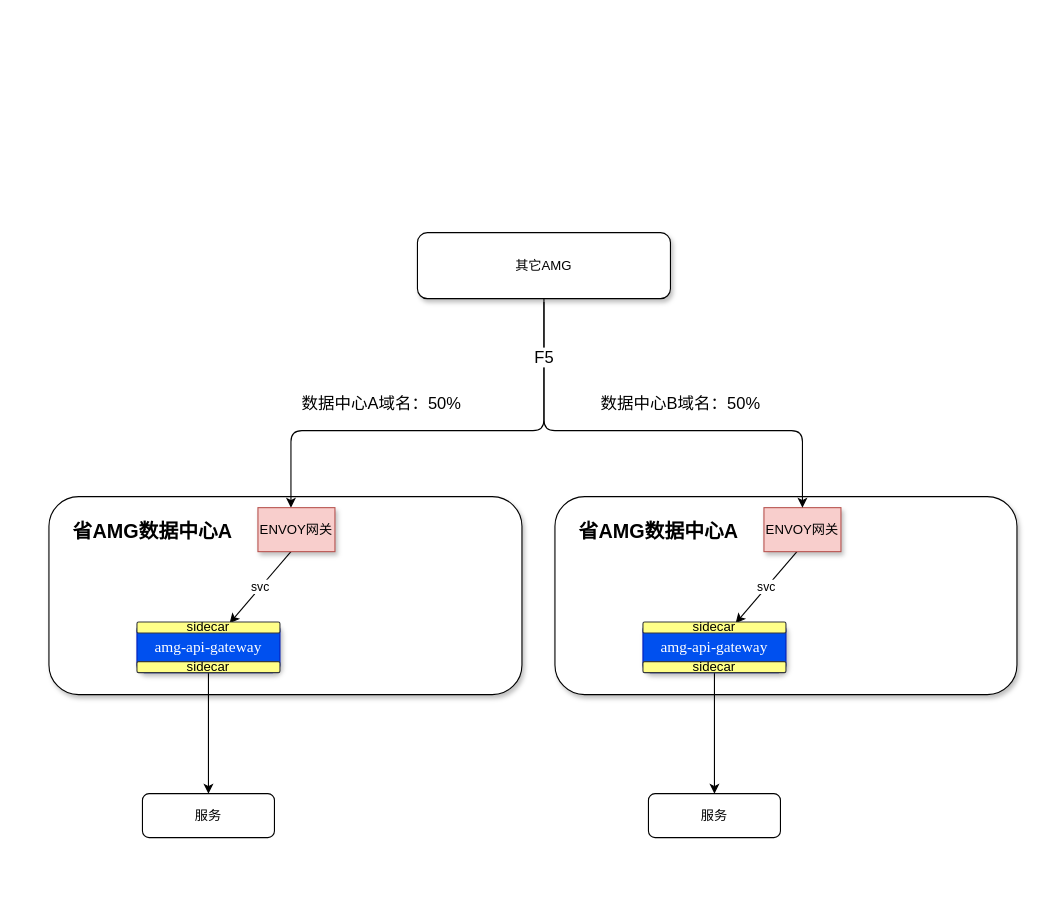
qymmdj/draw-io keeps this draw.io diagram as page "CMG-AMG交互流程" (5 of 9) of 智慧中台AMG.drawio. Above is the earlier version. Source tidied: cells renumbered, new cells numbered last; positions are measured from the earlier drawing's top-left corner, leaving out a move shared by most shapes. Both pictures are drawn from the tidied source at 110%, with x=0, y=0 at pixel (48, 232).
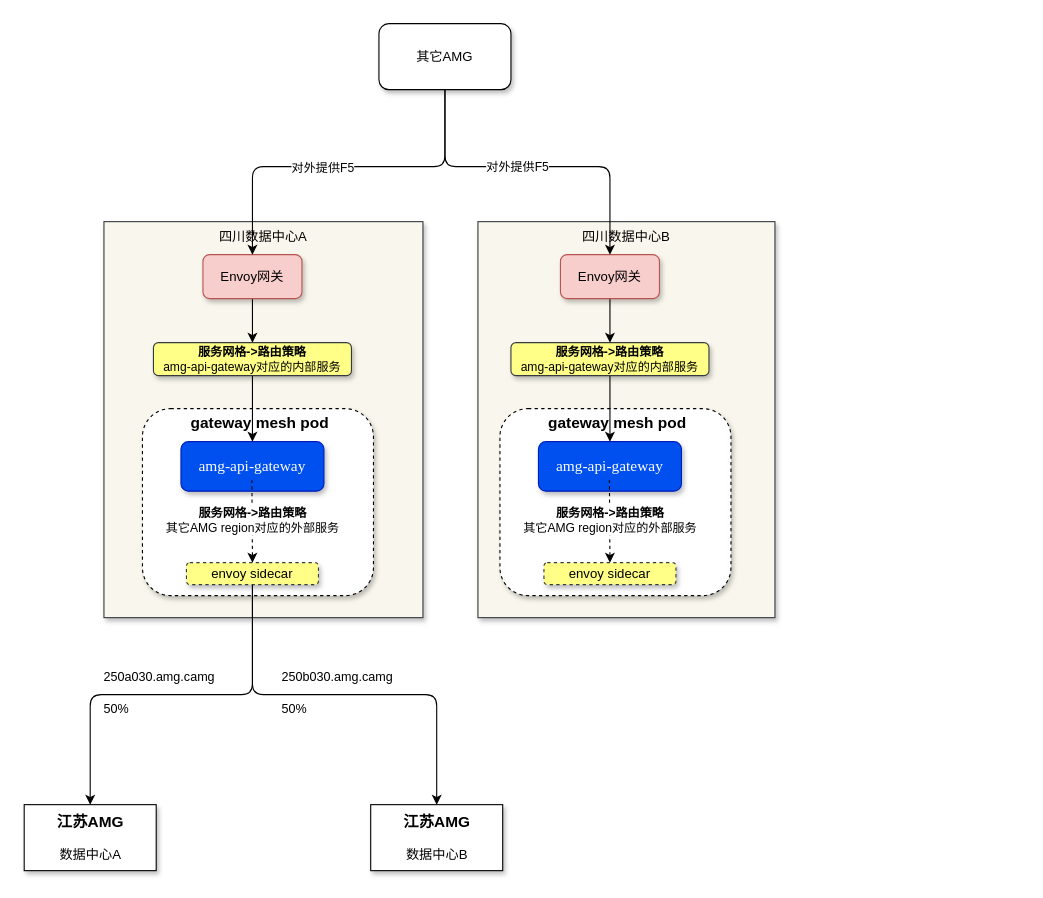
After the change.

Change to the diagram source:
```diff
@@
-    <mxCell id="2" value="&lt;h2&gt;&amp;nbsp; &amp;nbsp; 省AMG数据中心A&lt;/h2&gt;" style="rounded=1;whiteSpace=wrap;html=1;verticalAlign=top;shadow=1;align=left;" parent="1" vertex="1">
-      <mxGeometry y="240" width="430" height="180" as="geometry" />
-    </mxCell>
-    <mxCell id="3" value="&lt;span style=&quot;font-size: 15px&quot;&gt;数据中心A域名：50%&lt;/span&gt;" style="edgeStyle=orthogonalEdgeStyle;rounded=1;jettySize=auto;html=1;endArrow=none;endFill=0;startArrow=classic;startFill=1;labelBorderColor=none;jumpStyle=none;" parent="1" edge="1" source="8">
-      <mxGeometry x="-0.27" y="25" relative="1" as="geometry">
-        <mxPoint x="450" y="63" as="targetPoint" />
-        <Array as="points">
-          <mxPoint x="220" y="180" />
-          <mxPoint x="450" y="180" />
-        </Array>
-      </mxGeometry>
-    </mxCell>
-    <mxCell id="4" value="svc" style="rounded=0;jettySize=auto;html=1;startArrow=classic;startFill=1;endArrow=none;endFill=0;" parent="1" edge="1" source="6">
-      <mxGeometry relative="1" as="geometry">
-        <mxPoint x="220" y="290" as="targetPoint" />
-      </mxGeometry>
-    </mxCell>
-    <mxCell id="5" style="edgeStyle=orthogonalEdgeStyle;rounded=0;jettySize=auto;html=1;" parent="1" edge="1" source="6" target="11">
-      <mxGeometry relative="1" as="geometry" />
-    </mxCell>
+    <mxCell id="22" value="&lt;span&gt;四川数据中心B&lt;/span&gt;" style="rounded=0;whiteSpace=wrap;html=1;shadow=1;align=center;verticalAlign=top;fillColor=#f9f7ed;strokeColor=#36393d;" parent="1" vertex="1">
+      <mxGeometry x="390" y="-10" width="270" height="360" as="geometry" />
+    </mxCell>
+    <mxCell id="23" value="四川数据中心A" style="rounded=0;whiteSpace=wrap;html=1;shadow=1;align=center;verticalAlign=top;fillColor=#f9f7ed;strokeColor=#36393d;" parent="1" vertex="1">
+      <mxGeometry x="50" y="-10" width="290" height="360" as="geometry" />
+    </mxCell>
+    <mxCell id="24" value="&lt;h3&gt;&amp;nbsp;gateway mesh pod&lt;/h3&gt;" style="rounded=1;whiteSpace=wrap;html=1;shadow=1;dashed=1;horizontal=1;verticalAlign=top;align=center;spacing=-14;" parent="1" vertex="1">
+      <mxGeometry x="85" y="160" width="210" height="170" as="geometry" />
+    </mxCell>
     <mxCell id="6" value="&lt;span style=&quot;font-family: &amp;#34;times new roman&amp;#34; ; font-size: 14px&quot;&gt;amg-api-gateway&lt;/span&gt;" style="rounded=1;whiteSpace=wrap;html=1;shadow=1;fillColor=#0050ef;strokeColor=#001DBC;fontColor=#ffffff;" parent="1" vertex="1">
-      <mxGeometry x="80" y="355" width="130" height="45" as="geometry" />
+      <mxGeometry x="120" y="190" width="130" height="45" as="geometry" />
     </mxCell>
+    <mxCell id="25" style="rounded=0;jettySize=auto;html=1;startArrow=none;startFill=0;endArrow=classic;endFill=1;entryX=0.5;entryY=0;entryDx=0;entryDy=0;exitX=0.5;exitY=1;exitDx=0;exitDy=0;" parent="1" edge="1" source="8" target="28">
+      <mxGeometry relative="1" as="geometry" />
+    </mxCell>
+    <mxCell id="8" value="Envoy网关" style="rounded=1;whiteSpace=wrap;html=1;shadow=1;fillColor=#f8cecc;strokeColor=#b85450;" parent="1" vertex="1">
+      <mxGeometry x="140" y="20" width="90" height="40" as="geometry" />
+    </mxCell>
+    <mxCell id="26" value="&lt;div&gt;&lt;/div&gt;&lt;b&gt;&lt;span style=&quot;font-size: 11px&quot;&gt;服务网格-&amp;gt;&lt;/span&gt;路由策略&lt;/b&gt;&lt;span style=&quot;font-size: 11px&quot;&gt;&lt;br&gt;&lt;/span&gt;&lt;div&gt;&lt;span style=&quot;font-size: 11px&quot;&gt;其它AMG region对应的外部服务&lt;/span&gt;&lt;/div&gt;" style="endArrow=none;startArrow=classic;html=1;entryX=0.5;entryY=1;entryDx=0;entryDy=0;endFill=0;dashed=1;" parent="1" edge="1">
+      <mxGeometry relative="1" as="geometry">
+        <mxPoint x="185" y="300" as="sourcePoint" />
+        <mxPoint x="184.5" y="225" as="targetPoint" />
+      </mxGeometry>
+    </mxCell>
+    <mxCell id="27" style="edgeStyle=none;rounded=0;jettySize=auto;html=1;startArrow=none;startFill=0;endArrow=classic;endFill=1;" parent="1" edge="1" source="28" target="6">
+      <mxGeometry relative="1" as="geometry" />
+    </mxCell>
+    <mxCell id="28" value="&lt;b style=&quot;font-size: 11px&quot;&gt;服务网格-&amp;gt;路由策略&lt;/b&gt;&lt;span style=&quot;font-size: 11px&quot;&gt;&lt;br&gt;&lt;/span&gt;&lt;div style=&quot;font-size: 11px&quot;&gt;amg-api-gateway对应的内部服务&lt;/div&gt;" style="rounded=1;whiteSpace=wrap;html=1;shadow=1;fillColor=#ffff88;strokeColor=#36393d;" parent="1" vertex="1">
+      <mxGeometry x="95" y="100" width="180" height="30" as="geometry" />
+    </mxCell>
+    <mxCell id="29" style="jettySize=auto;html=1;startArrow=none;startFill=0;endArrow=classic;endFill=1;elbow=vertical;exitX=0.5;exitY=1;exitDx=0;exitDy=0;edgeStyle=orthogonalEdgeStyle;entryX=0.5;entryY=0;entryDx=0;entryDy=0;" parent="1" edge="1" source="31" target="32">
+      <mxGeometry relative="1" as="geometry" />
+    </mxCell>
+    <mxCell id="30" style="edgeStyle=orthogonalEdgeStyle;jettySize=auto;html=1;startArrow=none;startFill=0;endArrow=classic;endFill=1;entryX=0.5;entryY=0;entryDx=0;entryDy=0;exitX=0.5;exitY=1;exitDx=0;exitDy=0;rounded=1;" parent="1" edge="1" source="31" target="33">
+      <mxGeometry relative="1" as="geometry" />
+    </mxCell>
+    <mxCell id="31" value="envoy sidecar" style="rounded=1;whiteSpace=wrap;html=1;shadow=1;fillColor=#ffff88;strokeColor=#36393d;dashed=1;" parent="1" vertex="1">
+      <mxGeometry x="125" y="300" width="120" height="20" as="geometry" />
+    </mxCell>
+    <mxCell id="32" value="&lt;b&gt;&lt;font style=&quot;font-size: 14px&quot;&gt;江苏AMG&lt;br&gt;&lt;/font&gt;&lt;/b&gt;&lt;br&gt;数据中心A" style="rounded=0;whiteSpace=wrap;html=1;shadow=1;" parent="1" vertex="1">
+      <mxGeometry x="-22.5" y="520" width="120" height="60" as="geometry" />
+    </mxCell>
+    <mxCell id="33" value="&lt;b&gt;&lt;font style=&quot;font-size: 14px&quot;&gt;江苏AMG&lt;br&gt;&lt;/font&gt;&lt;/b&gt;&lt;br&gt;数据中心B" style="rounded=0;whiteSpace=wrap;html=1;shadow=1;" parent="1" vertex="1">
+      <mxGeometry x="292.5" y="520" width="120" height="60" as="geometry" />
+    </mxCell>
+    <mxCell id="34" value="&lt;span style=&quot;font-family: &amp;#34;microsoft yahei&amp;#34; ; font-size: 11.4553px ; font-style: normal ; font-weight: 400 ; letter-spacing: normal ; text-indent: 0px ; text-transform: none ; word-spacing: 0px ; background-color: rgb(255 , 255 , 255) ; display: inline ; float: none&quot;&gt;250a030.amg.camg&lt;br&gt;&lt;br&gt;50%&lt;br&gt;&lt;/span&gt;" style="text;whiteSpace=wrap;html=1;" parent="1" vertex="1">
+      <mxGeometry x="47.5" y="390" width="140" height="30" as="geometry" />
+    </mxCell>
+    <mxCell id="35" value="&lt;span style=&quot;font-family: &amp;#34;microsoft yahei&amp;#34; ; font-size: 11.4553px ; font-style: normal ; font-weight: 400 ; letter-spacing: normal ; text-indent: 0px ; text-transform: none ; word-spacing: 0px ; background-color: rgb(255 , 255 , 255) ; display: inline ; float: none&quot;&gt;250b030.amg.camg&lt;br&gt;&lt;br&gt;50%&lt;br&gt;&lt;/span&gt;" style="text;whiteSpace=wrap;html=1;" parent="1" vertex="1">
+      <mxGeometry x="210" y="390" width="140" height="30" as="geometry" />
+    </mxCell>
+    <mxCell id="36" value="&lt;h3&gt;&amp;nbsp;gateway mesh pod&lt;/h3&gt;" style="rounded=1;whiteSpace=wrap;html=1;shadow=1;dashed=1;horizontal=1;verticalAlign=top;align=center;spacing=-14;" parent="1" vertex="1">
+      <mxGeometry x="410" y="160" width="210" height="170" as="geometry" />
+    </mxCell>
+    <mxCell id="15" value="&lt;span style=&quot;font-family: &amp;#34;times new roman&amp;#34; ; font-size: 14px&quot;&gt;amg-api-gateway&lt;/span&gt;" style="rounded=1;whiteSpace=wrap;html=1;shadow=1;fillColor=#0050ef;strokeColor=#001DBC;fontColor=#ffffff;" parent="1" vertex="1">
+      <mxGeometry x="445" y="190" width="130" height="45" as="geometry" />
+    </mxCell>
+    <mxCell id="37" style="rounded=0;jettySize=auto;html=1;startArrow=none;startFill=0;endArrow=classic;endFill=1;entryX=0.5;entryY=0;entryDx=0;entryDy=0;exitX=0.5;exitY=1;exitDx=0;exitDy=0;" parent="1" edge="1" source="38" target="41">
+      <mxGeometry relative="1" as="geometry" />
+    </mxCell>
+    <mxCell id="38" value="Envoy网关" style="rounded=1;whiteSpace=wrap;html=1;shadow=1;fillColor=#f8cecc;strokeColor=#b85450;" parent="1" vertex="1">
+      <mxGeometry x="465" y="20" width="90" height="40" as="geometry" />
+    </mxCell>
+    <mxCell id="39" value="&lt;div&gt;&lt;/div&gt;&lt;b&gt;&lt;span style=&quot;font-size: 11px&quot;&gt;服务网格-&amp;gt;&lt;/span&gt;路由策略&lt;/b&gt;&lt;span style=&quot;font-size: 11px&quot;&gt;&lt;br&gt;&lt;/span&gt;&lt;div&gt;&lt;span style=&quot;font-size: 11px&quot;&gt;其它AMG region对应的外部服务&lt;/span&gt;&lt;/div&gt;" style="endArrow=none;startArrow=classic;html=1;entryX=0.5;entryY=1;entryDx=0;entryDy=0;endFill=0;dashed=1;" parent="1" edge="1">
+      <mxGeometry relative="1" as="geometry">
+        <mxPoint x="510" y="300" as="sourcePoint" />
+        <mxPoint x="509.5" y="225" as="targetPoint" />
+      </mxGeometry>
+    </mxCell>
+    <mxCell id="40" style="edgeStyle=none;rounded=0;jettySize=auto;html=1;startArrow=none;startFill=0;endArrow=classic;endFill=1;" parent="1" edge="1" source="41" target="15">
+      <mxGeometry relative="1" as="geometry" />
+    </mxCell>
+    <mxCell id="41" value="&lt;b style=&quot;font-size: 11px&quot;&gt;服务网格-&amp;gt;路由策略&lt;/b&gt;&lt;span style=&quot;font-size: 11px&quot;&gt;&lt;br&gt;&lt;/span&gt;&lt;div style=&quot;font-size: 11px&quot;&gt;amg-api-gateway对应的内部服务&lt;/div&gt;" style="rounded=1;whiteSpace=wrap;html=1;shadow=1;fillColor=#ffff88;strokeColor=#36393d;" parent="1" vertex="1">
+      <mxGeometry x="420" y="100" width="180" height="30" as="geometry" />
+    </mxCell>
+    <mxCell id="42" value="envoy sidecar" style="rounded=1;whiteSpace=wrap;html=1;shadow=1;fillColor=#ffff88;strokeColor=#36393d;dashed=1;" parent="1" vertex="1">
+      <mxGeometry x="450" y="300" width="120" height="20" as="geometry" />
+    </mxCell>
+    <mxCell id="43" style="edgeStyle=orthogonalEdgeStyle;rounded=1;jettySize=auto;html=1;fontColor=#000000;startArrow=none;startFill=0;endArrow=classic;endFill=1;entryX=0.5;entryY=0;entryDx=0;entryDy=0;" parent="1" edge="1" target="38">
+      <mxGeometry relative="1" as="geometry">
+        <mxPoint x="360" y="-130" as="sourcePoint" />
+        <Array as="points">
+          <mxPoint x="360" y="-60" />
+          <mxPoint x="510" y="-60" />
+        </Array>
+      </mxGeometry>
+    </mxCell>
+    <mxCell id="44" value="对外提供F5" style="edgeLabel;html=1;align=center;verticalAlign=middle;fontColor=#000000;" parent="43" vertex="1">
+      <mxGeometry x="-0.1" y="1" relative="1" as="geometry" />
+    </mxCell>
-    <mxCell id="7" value="其它AMG" style="rounded=1;whiteSpace=wrap;html=1;shadow=1;verticalAlign=middle;" parent="1" vertex="1">
-      <mxGeometry x="335" width="230" height="60" as="geometry" />
+    <mxCell id="7" value="其它AMG" style="rounded=1;whiteSpace=wrap;html=1;shadow=1;fontColor=#000000;align=center;verticalAlign=middle;" parent="1" vertex="1">
+      <mxGeometry x="300" y="-190" width="120" height="60" as="geometry" />
     </mxCell>
-    <mxCell id="8" value="ENVOY网关" style="rounded=0;whiteSpace=wrap;html=1;shadow=1;fillColor=#f8cecc;strokeColor=#b85450;" parent="1" vertex="1">
-      <mxGeometry x="190" y="250" width="70" height="40" as="geometry" />
-    </mxCell>
-    <mxCell id="9" value="sidecar" style="rounded=1;whiteSpace=wrap;html=1;shadow=0;fillColor=#ffff88;strokeColor=#36393d;" parent="1" vertex="1">
-      <mxGeometry x="80" y="354" width="130" height="10" as="geometry" />
-    </mxCell>
-    <mxCell id="10" value="sidecar" style="rounded=1;whiteSpace=wrap;html=1;shadow=0;fillColor=#ffff88;strokeColor=#36393d;" parent="1" vertex="1">
-      <mxGeometry x="80" y="390" width="130" height="10" as="geometry" />
-    </mxCell>
-    <mxCell id="11" value="服务" style="rounded=1;whiteSpace=wrap;html=1;shadow=0;" parent="1" vertex="1">
-      <mxGeometry x="85" y="510" width="120" height="40" as="geometry" />
-    </mxCell>
-    <mxCell id="12" value="&lt;h2&gt;&amp;nbsp; &amp;nbsp; 省AMG数据中心A&lt;/h2&gt;" style="rounded=1;whiteSpace=wrap;html=1;verticalAlign=top;shadow=1;align=left;" parent="1" vertex="1">
-      <mxGeometry x="460" y="240" width="420" height="180" as="geometry" />
-    </mxCell>
-    <mxCell id="13" value="svc" style="rounded=0;jettySize=auto;html=1;startArrow=classic;startFill=1;endArrow=none;endFill=0;" parent="1" edge="1" source="15">
-      <mxGeometry relative="1" as="geometry">
-        <mxPoint x="680" y="290" as="targetPoint" />
-      </mxGeometry>
-    </mxCell>
-    <mxCell id="14" style="edgeStyle=orthogonalEdgeStyle;rounded=0;jettySize=auto;html=1;" parent="1" edge="1" source="15" target="19">
-      <mxGeometry relative="1" as="geometry" />
-    </mxCell>
-    <mxCell id="15" value="&lt;span style=&quot;font-family: &amp;#34;times new roman&amp;#34; ; font-size: 14px&quot;&gt;amg-api-gateway&lt;/span&gt;" style="rounded=1;whiteSpace=wrap;html=1;shadow=1;fillColor=#0050ef;strokeColor=#001DBC;fontColor=#ffffff;" parent="1" vertex="1">
-      <mxGeometry x="540" y="355" width="130" height="45" as="geometry" />
-    </mxCell>
-    <mxCell id="16" value="ENVOY网关" style="rounded=0;whiteSpace=wrap;html=1;shadow=1;fillColor=#f8cecc;strokeColor=#b85450;" parent="1" vertex="1">
-      <mxGeometry x="650" y="250" width="70" height="40" as="geometry" />
-    </mxCell>
-    <mxCell id="17" value="sidecar" style="rounded=1;whiteSpace=wrap;html=1;shadow=0;fillColor=#ffff88;strokeColor=#36393d;" parent="1" vertex="1">
-      <mxGeometry x="540" y="354" width="130" height="10" as="geometry" />
-    </mxCell>
-    <mxCell id="18" value="sidecar" style="rounded=1;whiteSpace=wrap;html=1;shadow=0;fillColor=#ffff88;strokeColor=#36393d;" parent="1" vertex="1">
-      <mxGeometry x="540" y="390" width="130" height="10" as="geometry" />
-    </mxCell>
-    <mxCell id="19" value="服务" style="rounded=1;whiteSpace=wrap;html=1;shadow=0;" parent="1" vertex="1">
-      <mxGeometry x="545" y="510" width="120" height="40" as="geometry" />
-    </mxCell>
-    <mxCell id="20" value="&lt;span style=&quot;font-size: 15px&quot;&gt;F5&lt;/span&gt;" style="edgeStyle=orthogonalEdgeStyle;rounded=1;jettySize=auto;html=1;endArrow=none;endFill=0;startArrow=classic;startFill=1;labelBorderColor=none;jumpStyle=none;exitX=0.5;exitY=0;exitDx=0;exitDy=0;" parent="1" edge="1" source="16">
-      <mxGeometry x="0.75" relative="1" as="geometry">
-        <mxPoint x="450" y="60" as="targetPoint" />
-        <Array as="points">
-          <mxPoint x="685" y="180" />
-          <mxPoint x="450" y="180" />
-        </Array>
-      </mxGeometry>
-    </mxCell>
-    <mxCell id="21" value="&lt;span style=&quot;color: rgb(0 , 0 , 0) ; font-family: &amp;#34;helvetica&amp;#34; ; font-size: 15px ; font-style: normal ; font-weight: 400 ; letter-spacing: normal ; text-align: center ; text-indent: 0px ; text-transform: none ; word-spacing: 0px ; background-color: rgb(255 , 255 , 255) ; display: inline ; float: none&quot;&gt;数据中心B域名：50%&lt;/span&gt;" style="text;whiteSpace=wrap;html=1;" parent="1" vertex="1">
-      <mxGeometry x="500" y="140" width="170" height="30" as="geometry" />
-    </mxCell>
+    <mxCell id="45" style="edgeStyle=orthogonalEdgeStyle;rounded=1;jettySize=auto;html=1;fontColor=#000000;startArrow=none;startFill=0;endArrow=classic;endFill=1;entryX=0.5;entryY=0;entryDx=0;entryDy=0;exitX=0.5;exitY=1;exitDx=0;exitDy=0;" parent="1" edge="1" source="7" target="8">
+      <mxGeometry relative="1" as="geometry">
+        <Array as="points">
+          <mxPoint x="360" y="-60" />
+          <mxPoint x="185" y="-60" />
+        </Array>
+      </mxGeometry>
+    </mxCell>
+    <mxCell id="46" value="对外提供F5" style="edgeLabel;html=1;align=center;verticalAlign=middle;fontColor=#000000;" parent="45" vertex="1">
+      <mxGeometry x="0.12" relative="1" as="geometry" />
+    </mxCell>
```
